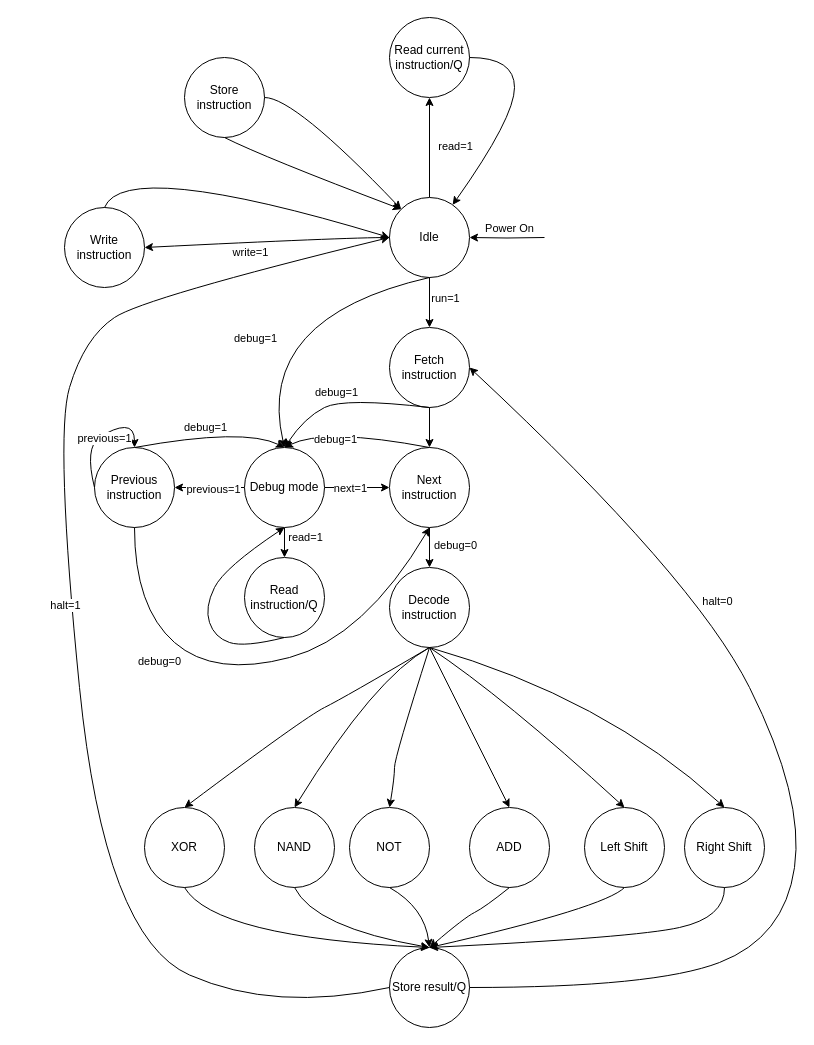
Above: docs/MiniCPUAutomaton.drawio in AndreiSaldorfean/MiniCpu (draw.io), before the change. Source tidied: cells renumbered, new cells numbered last; positions are measured from the earlier drawing's top-left corner, leaving out a move shared by most shapes. Both pictures are drawn from the tidied source at 100%, with x=0, y=0 at pixel (54, 17).
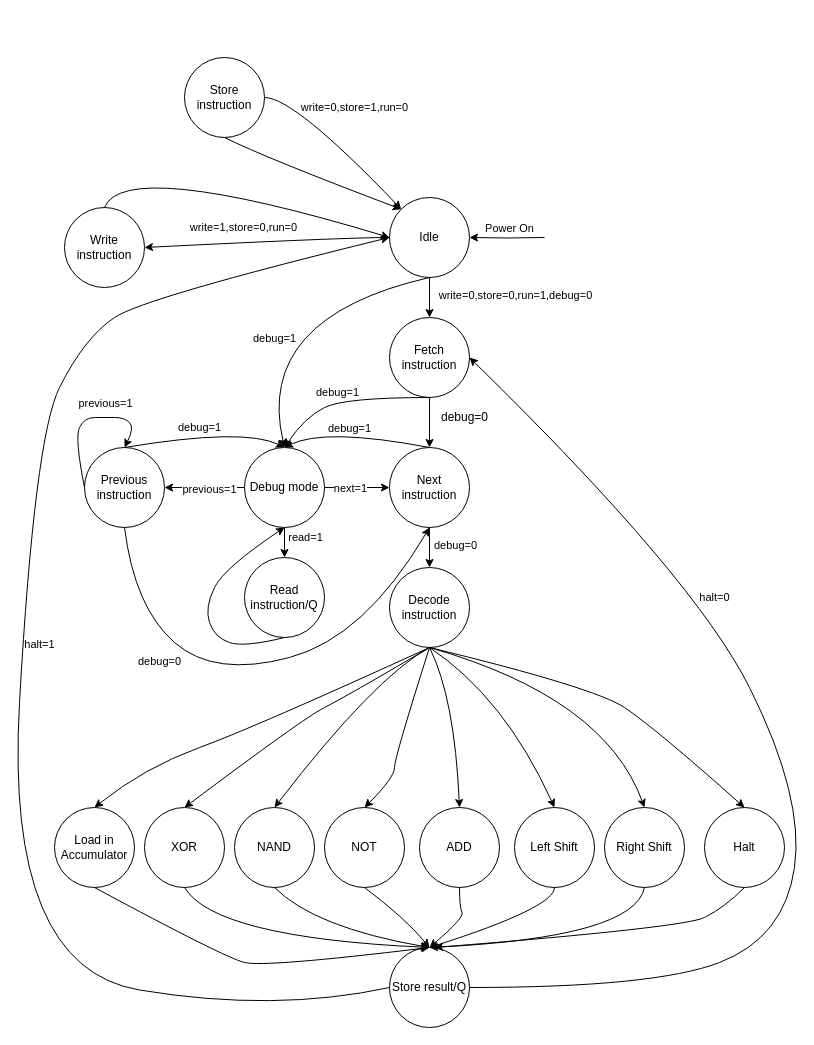
The same page after the edit.

Commit message:
Revised state diagram

The change refers to these unchanged cells:
```xml
<mxCell id="4" style="edgeStyle=orthogonalEdgeStyle;rounded=0;jettySize=auto;html=1;" parent="1" edge="1" source="8" target="14">
  <mxGeometry relative="1" as="geometry" />
</mxCell>
<mxCell id="8" value="Idle" style="ellipse;whiteSpace=wrap;html=1;" parent="1" vertex="1">
  <mxGeometry x="335" y="180" width="80" height="80" as="geometry" />
</mxCell>
<mxCell id="11" value="Write instruction" style="ellipse;whiteSpace=wrap;html=1;" parent="1" vertex="1">
  <mxGeometry x="10" y="190" width="80" height="80" as="geometry" />
</mxCell>
<mxCell id="18" value="Decode instruction" style="ellipse;whiteSpace=wrap;html=1;" parent="1" vertex="1">
  <mxGeometry x="335" y="550" width="80" height="80" as="geometry" />
</mxCell>
<mxCell id="27" value="Store result/Q" style="ellipse;whiteSpace=wrap;html=1;" parent="1" vertex="1">
  <mxGeometry x="335" y="930" width="80" height="80" as="geometry" />
</mxCell>
<mxCell id="48" style="curved=1;endArrow=classic;html=1;rounded=0;exitX=1;exitY=0.5;exitDx=0;exitDy=0;entryX=0;entryY=0;entryDx=0;entryDy=0;" parent="1" edge="1" source="15" target="8">
  <mxGeometry relative="1" as="geometry">
    <Array as="points">
      <mxPoint x="240" y="80" />
    </Array>
  </mxGeometry>
</mxCell>
<mxCell id="60" style="curved=1;endArrow=classic;html=1;rounded=0;exitX=0.5;exitY=0;exitDx=0;exitDy=0;entryX=0.5;entryY=0;entryDx=0;entryDy=0;" parent="1" edge="1" source="36" target="55">
  <mxGeometry relative="1" as="geometry">
    <Array as="points">
      <mxPoint x="270" y="410" />
    </Array>
  </mxGeometry>
</mxCell>
<mxCell id="64" style="curved=1;endArrow=classic;html=1;rounded=0;exitX=0.5;exitY=1;exitDx=0;exitDy=0;entryX=0.5;entryY=0;entryDx=0;entryDy=0;" parent="1" edge="1" source="8" target="55">
  <mxGeometry relative="1" as="geometry">
    <Array as="points">
      <mxPoint x="200" y="300" />
    </Array>
  </mxGeometry>
</mxCell>
```

What changed in the source:
```diff
@@
-    <mxCell id="2" style="edgeStyle=orthogonalEdgeStyle;rounded=0;jettySize=auto;html=1;entryX=0.5;entryY=1;entryDx=0;entryDy=0;" parent="1" edge="1" source="8" target="9">
-      <mxGeometry relative="1" as="geometry" />
-    </mxCell>
-    <mxCell id="3" value="read=1" style="edgeLabel;html=1;align=center;verticalAlign=middle;" parent="2" vertex="1">
-      <mxGeometry x="0.03" y="2" relative="1" as="geometry">
-        <mxPoint x="27" as="offset" />
-      </mxGeometry>
-    </mxCell>
@@
-    <mxCell id="5" value="run=1" style="edgeLabel;html=1;align=center;verticalAlign=middle;" parent="4" vertex="1">
+    <mxCell id="5" value="write=0,store=0,run=1,debug=0" style="edgeLabel;html=1;align=center;verticalAlign=middle;" parent="4" vertex="1">
       <mxGeometry x="-0.4" y="-4" relative="1" as="geometry">
-        <mxPoint x="19" y="5" as="offset" />
+        <mxPoint x="89" y="5" as="offset" />
       </mxGeometry>
     </mxCell>
@@
-    <mxCell id="9" value="Read current instruction/Q" style="ellipse;whiteSpace=wrap;html=1;" parent="1" vertex="1">
-      <mxGeometry x="335" width="80" height="80" as="geometry" />
-    </mxCell>
-    <mxCell id="10" style="curved=1;endArrow=classic;html=1;rounded=0;exitX=1;exitY=0.5;exitDx=0;exitDy=0;" parent="1" edge="1" source="9" target="8">
-      <mxGeometry relative="1" as="geometry">
-        <Array as="points">
-          <mxPoint x="460" y="40" />
-          <mxPoint x="460" y="100" />
-        </Array>
-      </mxGeometry>
-    </mxCell>
@@
-    <mxCell id="12" value="write=1" style="curved=1;endArrow=classic;html=1;rounded=0;entryX=1;entryY=0.5;entryDx=0;entryDy=0;exitX=0;exitY=0.5;exitDx=0;exitDy=0;" parent="1" edge="1" source="8" target="11">
-      <mxGeometry x="0.14" y="10" relative="1" as="geometry">
+    <mxCell id="12" value="write=1,store=0,run=0" style="curved=1;endArrow=classic;html=1;rounded=0;entryX=1;entryY=0.5;entryDx=0;entryDy=0;exitX=0;exitY=0.5;exitDx=0;exitDy=0;" parent="1" edge="1" source="8" target="11">
+      <mxGeometry x="0.18" y="-15" relative="1" as="geometry">
         <Array as="points">
           <mxPoint x="290" y="220" />
         </Array>
       </mxGeometry>
     </mxCell>
@@
     <mxCell id="14" value="Fetch instruction" style="ellipse;whiteSpace=wrap;html=1;" parent="1" vertex="1">
-      <mxGeometry x="335" y="310" width="80" height="80" as="geometry" />
+      <mxGeometry x="335" y="300" width="80" height="80" as="geometry" />
     </mxCell>
@@
     <mxCell id="16" value="Previous instruction" style="ellipse;whiteSpace=wrap;html=1;" parent="1" vertex="1">
-      <mxGeometry x="40" y="430" width="80" height="80" as="geometry" />
+      <mxGeometry x="30" y="430" width="80" height="80" as="geometry" />
     </mxCell>
@@
     <mxCell id="19" style="curved=1;endArrow=classic;html=1;rounded=0;entryX=0.5;entryY=0;entryDx=0;entryDy=0;exitX=0;exitY=0.5;exitDx=0;exitDy=0;" parent="1" edge="1" source="16" target="16">
       <mxGeometry relative="1" as="geometry">
         <Array as="points">
-          <mxPoint x="30" y="430" />
-          <mxPoint x="60" y="410" />
+          <mxPoint x="20" y="420" />
+          <mxPoint x="30" y="400" />
+          <mxPoint x="50" y="400" />
+          <mxPoint x="70" y="400" />
           <mxPoint x="80" y="410" />
         </Array>
       </mxGeometry>
     </mxCell>
     <mxCell id="20" value="previous=1" style="edgeLabel;html=1;align=center;verticalAlign=middle;" parent="19" vertex="1">
       <mxGeometry x="0.04" y="-1" relative="1" as="geometry">
-        <mxPoint x="2" y="1" as="offset" />
+        <mxPoint x="16" y="-16" as="offset" />
       </mxGeometry>
     </mxCell>
@@
     <mxCell id="22" value="NAND" style="ellipse;whiteSpace=wrap;html=1;" parent="1" vertex="1">
-      <mxGeometry x="200" y="790" width="80" height="80" as="geometry" />
+      <mxGeometry x="180" y="790" width="80" height="80" as="geometry" />
     </mxCell>
     <mxCell id="23" value="NOT" style="ellipse;whiteSpace=wrap;html=1;" parent="1" vertex="1">
-      <mxGeometry x="295" y="790" width="80" height="80" as="geometry" />
+      <mxGeometry x="270" y="790" width="80" height="80" as="geometry" />
     </mxCell>
     <mxCell id="24" value="ADD" style="ellipse;whiteSpace=wrap;html=1;" parent="1" vertex="1">
-      <mxGeometry x="415" y="790" width="80" height="80" as="geometry" />
+      <mxGeometry x="365" y="790" width="80" height="80" as="geometry" />
     </mxCell>
     <mxCell id="25" value="Left Shift" style="ellipse;whiteSpace=wrap;html=1;" parent="1" vertex="1">
-      <mxGeometry x="530" y="790" width="80" height="80" as="geometry" />
+      <mxGeometry x="460" y="790" width="80" height="80" as="geometry" />
     </mxCell>
     <mxCell id="26" value="Right Shift" style="ellipse;whiteSpace=wrap;html=1;" parent="1" vertex="1">
-      <mxGeometry x="630" y="790" width="80" height="80" as="geometry" />
+      <mxGeometry x="550" y="790" width="80" height="80" as="geometry" />
     </mxCell>
@@
     <mxCell id="39" style="curved=1;endArrow=classic;html=1;rounded=0;exitX=0.5;exitY=1;exitDx=0;exitDy=0;entryX=0.5;entryY=0;entryDx=0;entryDy=0;" parent="1" edge="1" source="23" target="27">
       <mxGeometry relative="1" as="geometry">
         <Array as="points">
-          <mxPoint x="370" y="890" />
+          <mxPoint x="350" y="900" />
         </Array>
       </mxGeometry>
     </mxCell>
     <mxCell id="40" style="curved=1;endArrow=classic;html=1;rounded=0;exitX=0.5;exitY=1;exitDx=0;exitDy=0;entryX=0.5;entryY=0;entryDx=0;entryDy=0;" parent="1" edge="1" source="24" target="27">
       <mxGeometry relative="1" as="geometry">
         <Array as="points">
-          <mxPoint x="430" y="890" />
+          <mxPoint x="405" y="890" />
           <mxPoint x="410" y="900" />
         </Array>
       </mxGeometry>
     </mxCell>
     <mxCell id="41" style="curved=1;endArrow=classic;html=1;rounded=0;exitX=0.5;exitY=1;exitDx=0;exitDy=0;entryX=0.5;entryY=0;entryDx=0;entryDy=0;" parent="1" edge="1" source="25" target="27">
       <mxGeometry relative="1" as="geometry">
         <Array as="points">
-          <mxPoint x="550" y="890" />
+          <mxPoint x="500" y="890" />
         </Array>
       </mxGeometry>
     </mxCell>
     <mxCell id="42" style="curved=1;endArrow=classic;html=1;rounded=0;exitX=0.5;exitY=1;exitDx=0;exitDy=0;entryX=0.5;entryY=0;entryDx=0;entryDy=0;" parent="1" edge="1" source="26" target="27">
       <mxGeometry relative="1" as="geometry">
         <Array as="points">
-          <mxPoint x="670" y="900" />
           <mxPoint x="580" y="920" />
         </Array>
       </mxGeometry>
     </mxCell>
     <mxCell id="43" style="curved=1;endArrow=classic;html=1;rounded=0;exitX=0;exitY=0.5;exitDx=0;exitDy=0;entryX=0;entryY=0.5;entryDx=0;entryDy=0;" parent="1" edge="1" source="27" target="8">
       <mxGeometry relative="1" as="geometry">
         <Array as="points">
           <mxPoint x="220" y="995" />
-          <mxPoint x="50" y="920" />
-          <mxPoint y="420" />
+          <mxPoint x="-50" y="950" />
+          <mxPoint x="-20" y="420" />
           <mxPoint x="30" y="320" />
           <mxPoint x="90" y="280" />
         </Array>
       </mxGeometry>
     </mxCell>
@@
+    <mxCell id="68" value="write=0,store=1,run=0" style="edgeLabel;html=1;align=center;verticalAlign=middle;" parent="48" vertex="1">
+      <mxGeometry x="-0.21" y="-4" relative="1" as="geometry">
+        <mxPoint x="33" y="-24" as="offset" />
+      </mxGeometry>
+    </mxCell>
@@
     <mxCell id="61" value="debug=1" style="edgeLabel;html=1;align=center;verticalAlign=middle;" parent="60" vertex="1">
       <mxGeometry x="0.45" y="19" relative="1" as="geometry">
-        <mxPoint x="5" y="-7" as="offset" />
+        <mxPoint x="19" y="-18" as="offset" />
       </mxGeometry>
     </mxCell>
@@
     <mxCell id="65" value="debug=1" style="edgeLabel;html=1;align=center;verticalAlign=middle;" parent="64" vertex="1">
       <mxGeometry x="0.22" y="1" relative="1" as="geometry">
-        <mxPoint x="-3" y="10" as="offset" />
+        <mxPoint x="16" y="10" as="offset" />
       </mxGeometry>
     </mxCell>
@@
+    <mxCell id="69" value="debug=0" style="text;html=1;align=center;verticalAlign=middle;strokeColor=none;fillColor=none;" parent="1" vertex="1">
+      <mxGeometry x="375" y="385" width="70" height="30" as="geometry" />
+    </mxCell>
+    <mxCell id="70" value="Load in Accumulator" style="ellipse;whiteSpace=wrap;html=1;" parent="1" vertex="1">
+      <mxGeometry y="790" width="80" height="80" as="geometry" />
+    </mxCell>
+    <mxCell id="71" value="Halt" style="ellipse;whiteSpace=wrap;html=1;" parent="1" vertex="1">
+      <mxGeometry x="650" y="790" width="80" height="80" as="geometry" />
+    </mxCell>
+    <mxCell id="72" style="curved=1;endArrow=classic;html=1;exitX=0.5;exitY=1;exitDx=0;exitDy=0;entryX=0.5;entryY=0;entryDx=0;entryDy=0;" parent="1" edge="1" source="18" target="71">
+      <mxGeometry relative="1" as="geometry">
+        <Array as="points">
+          <mxPoint x="540" y="670" />
+          <mxPoint x="600" y="710" />
+        </Array>
+      </mxGeometry>
+    </mxCell>
+    <mxCell id="73" style="curved=1;endArrow=classic;html=1;exitX=0.5;exitY=1;exitDx=0;exitDy=0;" parent="1" edge="1" source="71">
+      <mxGeometry relative="1" as="geometry">
+        <mxPoint x="380" y="930" as="targetPoint" />
+        <Array as="points">
+          <mxPoint x="670" y="890" />
+          <mxPoint x="630" y="910" />
+        </Array>
+      </mxGeometry>
+    </mxCell>
+    <mxCell id="74" style="curved=1;endArrow=classic;html=1;exitX=0.5;exitY=1;exitDx=0;exitDy=0;entryX=0.5;entryY=0;entryDx=0;entryDy=0;" parent="1" edge="1" source="18" target="70">
+      <mxGeometry relative="1" as="geometry">
+        <Array as="points">
+          <mxPoint x="200" y="710" />
+          <mxPoint x="90" y="750" />
+        </Array>
+      </mxGeometry>
+    </mxCell>
+    <mxCell id="75" style="curved=1;endArrow=classic;html=1;exitX=0.5;exitY=1;exitDx=0;exitDy=0;entryX=0.5;entryY=0;entryDx=0;entryDy=0;" parent="1" edge="1" source="70" target="27">
+      <mxGeometry relative="1" as="geometry">
+        <Array as="points">
+          <mxPoint x="170" y="940" />
+          <mxPoint x="210" y="950" />
+        </Array>
+      </mxGeometry>
+    </mxCell>
```
